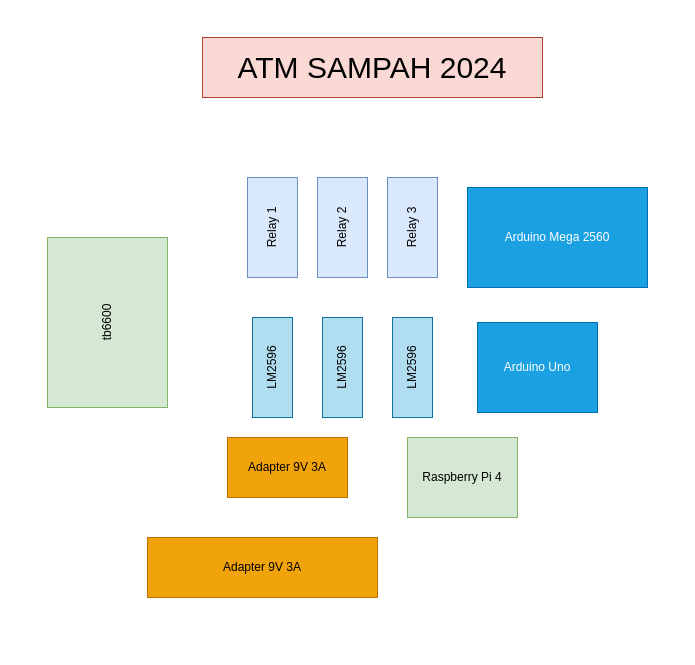
Earlier version of the draw.io diagram DIAGRAM/ATM Sampah 2024 Diagram.drawio (agussupriadiaria/AtmSampah2024). Source tidied: cells renumbered, new cells numbered last; positions are measured from the earlier drawing's top-left corner, leaving out a move shared by most shapes. Both pictures are drawn from the tidied source at 100%, with x=0, y=0 at pixel (47, 37).
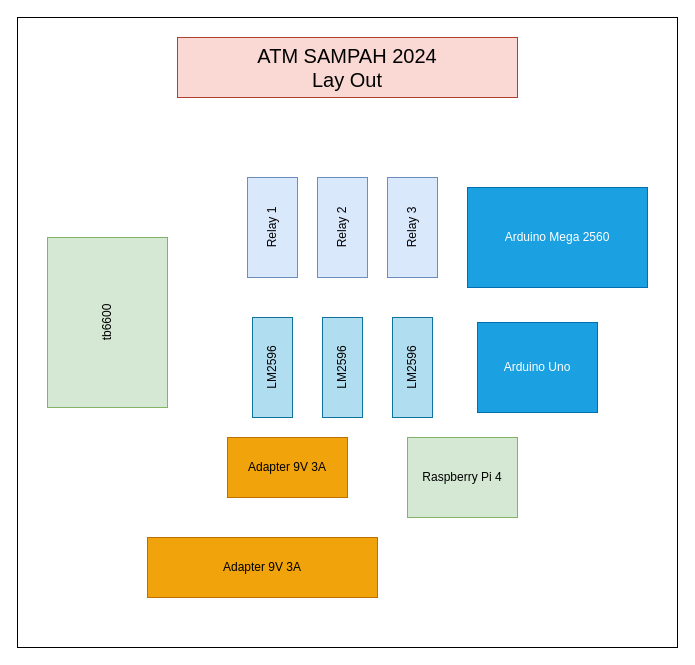
After the change.

What changed in the source:
```diff
@@
 <mxGraphModel>
   <root>
     <mxCell id="0" />
     <mxCell id="1" parent="0" />
+    <mxCell id="15" style="rounded=0;whiteSpace=wrap;html=1;" parent="1" vertex="1">
+      <mxGeometry x="-30" y="-20" width="660" height="630" as="geometry" />
+    </mxCell>
-    <mxCell id="2" value="&lt;font style=&quot;font-size: 30px;&quot;&gt;ATM SAMPAH 2024&lt;/font&gt;" style="rounded=0;whiteSpace=wrap;html=1;strokeColor=#ae4132;fillColor=#fad9d5;fillStyle=solid;" parent="1" vertex="1">
-      <mxGeometry x="155" width="340" height="60" as="geometry" />
+    <mxCell id="2" value="&lt;font style=&quot;font-size: 20px;&quot;&gt;ATM SAMPAH 2024&lt;/font&gt;&lt;div style=&quot;font-size: 20px;&quot;&gt;&lt;font style=&quot;font-size: 20px;&quot;&gt;Lay Out&lt;/font&gt;&lt;/div&gt;" style="rounded=0;whiteSpace=wrap;html=1;strokeColor=#ae4132;fillColor=#fad9d5;fillStyle=solid;" parent="1" vertex="1">
+      <mxGeometry x="130" width="340" height="60" as="geometry" />
     </mxCell>
     <mxCell id="3" value="tb6600" style="rounded=0;whiteSpace=wrap;html=1;fillColor=#d5e8d4;strokeColor=#82b366;horizontal=0;" parent="1" vertex="1">
       <mxGeometry y="200" width="120" height="170" as="geometry" />
     </mxCell>
     <mxCell id="4" value="Relay 1" style="rounded=0;whiteSpace=wrap;html=1;fillColor=#dae8fc;strokeColor=#6c8ebf;horizontal=0;" parent="1" vertex="1">
       <mxGeometry x="200" y="140" width="50" height="100" as="geometry" />
     </mxCell>
     <mxCell id="5" value="Relay 2" style="rounded=0;whiteSpace=wrap;html=1;fillColor=#dae8fc;strokeColor=#6c8ebf;horizontal=0;" parent="1" vertex="1">
       <mxGeometry x="270" y="140" width="50" height="100" as="geometry" />
     </mxCell>
     <mxCell id="6" value="Relay 3" style="rounded=0;whiteSpace=wrap;html=1;fillColor=#dae8fc;strokeColor=#6c8ebf;horizontal=0;" parent="1" vertex="1">
       <mxGeometry x="340" y="140" width="50" height="100" as="geometry" />
     </mxCell>
     <mxCell id="7" value="LM2596" style="rounded=0;whiteSpace=wrap;horizontal=0;fillColor=#b1ddf0;strokeColor=#10739e;" parent="1" vertex="1">
       <mxGeometry x="205" y="280" width="40" height="100" as="geometry" />
     </mxCell>
     <mxCell id="8" value="LM2596" style="rounded=0;whiteSpace=wrap;horizontal=0;fillColor=#b1ddf0;strokeColor=#10739e;" parent="1" vertex="1">
       <mxGeometry x="275" y="280" width="40" height="100" as="geometry" />
     </mxCell>
     <mxCell id="9" value="LM2596" style="rounded=0;whiteSpace=wrap;horizontal=0;fillColor=#b1ddf0;strokeColor=#10739e;" parent="1" vertex="1">
       <mxGeometry x="345" y="280" width="40" height="100" as="geometry" />
     </mxCell>
     <mxCell id="10" value="Adapter 9V 3A" style="rounded=0;whiteSpace=wrap;html=1;fillColor=#f0a30a;fontColor=#000000;strokeColor=#BD7000;" parent="1" vertex="1">
       <mxGeometry x="180" y="400" width="120" height="60" as="geometry" />
     </mxCell>
     <mxCell id="11" value="Arduino Mega 2560" style="rounded=0;whiteSpace=wrap;html=1;fillColor=#1ba1e2;fontColor=#ffffff;strokeColor=#006EAF;" parent="1" vertex="1">
       <mxGeometry x="420" y="150" width="180" height="100" as="geometry" />
     </mxCell>
     <mxCell id="12" value="Arduino Uno" style="rounded=0;whiteSpace=wrap;html=1;fillColor=#1ba1e2;fontColor=#ffffff;strokeColor=#006EAF;" parent="1" vertex="1">
       <mxGeometry x="430" y="285" width="120" height="90" as="geometry" />
     </mxCell>
     <mxCell id="13" value="Raspberry Pi 4" style="rounded=0;whiteSpace=wrap;html=1;fillColor=#d5e8d4;strokeColor=#82b366;" parent="1" vertex="1">
       <mxGeometry x="360" y="400" width="110" height="80" as="geometry" />
     </mxCell>
     <mxCell id="14" value="Adapter 9V 3A" style="rounded=0;whiteSpace=wrap;html=1;fillColor=#f0a30a;fontColor=#000000;strokeColor=#BD7000;" parent="1" vertex="1">
       <mxGeometry x="100" y="500" width="230" height="60" as="geometry" />
     </mxCell>
   </root>
 </mxGraphModel>
```
